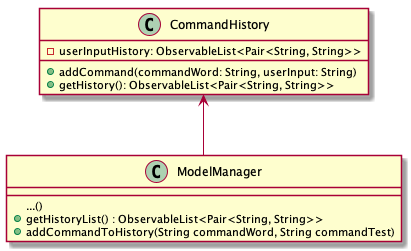
Earlier version of the PlantUML export docs/images/CommandHistoryClassDiagram.png (nus-cs2103-AY1920S1/addressbook-level3).
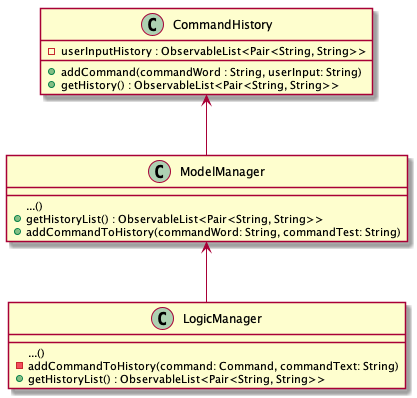
The same diagram one commit later.

Commit message:
Refactor CommandHistory class diagram

The edit, as a diff of the source:
```diff
@@ -1,15 +1,20 @@
 @startuml
 
-class CommandHistory {
--userInputHistory: ObservableList<Pair<String, String>>
-+addCommand(commandWord: String, userInput: String)
-+getHistory(): ObservableList<Pair<String, String>>
-}
+class CommandHistory
+CommandHistory : -userInputHistory : ObservableList<Pair<String, String>>
+CommandHistory : +addCommand(commandWord : String, userInput: String)
+CommandHistory : +getHistory() : ObservableList<Pair<String, String>>
 
 class ModelManager
 CommandHistory <-- ModelManager
 ModelManager : ...()
 ModelManager : +getHistoryList() : ObservableList<Pair<String, String>>
-ModelManager : +addCommandToHistory(String commandWord, String commandTest)
+ModelManager : +addCommandToHistory(commandWord: String, commandTest: String)
+
+class LogicManager
+ModelManager <-- LogicManager
+LogicManager : ...()
+LogicManager : -addCommandToHistory(command: Command, commandText: String)
+LogicManager : +getHistoryList() : ObservableList<Pair<String, String>>
 
 @enduml
```
